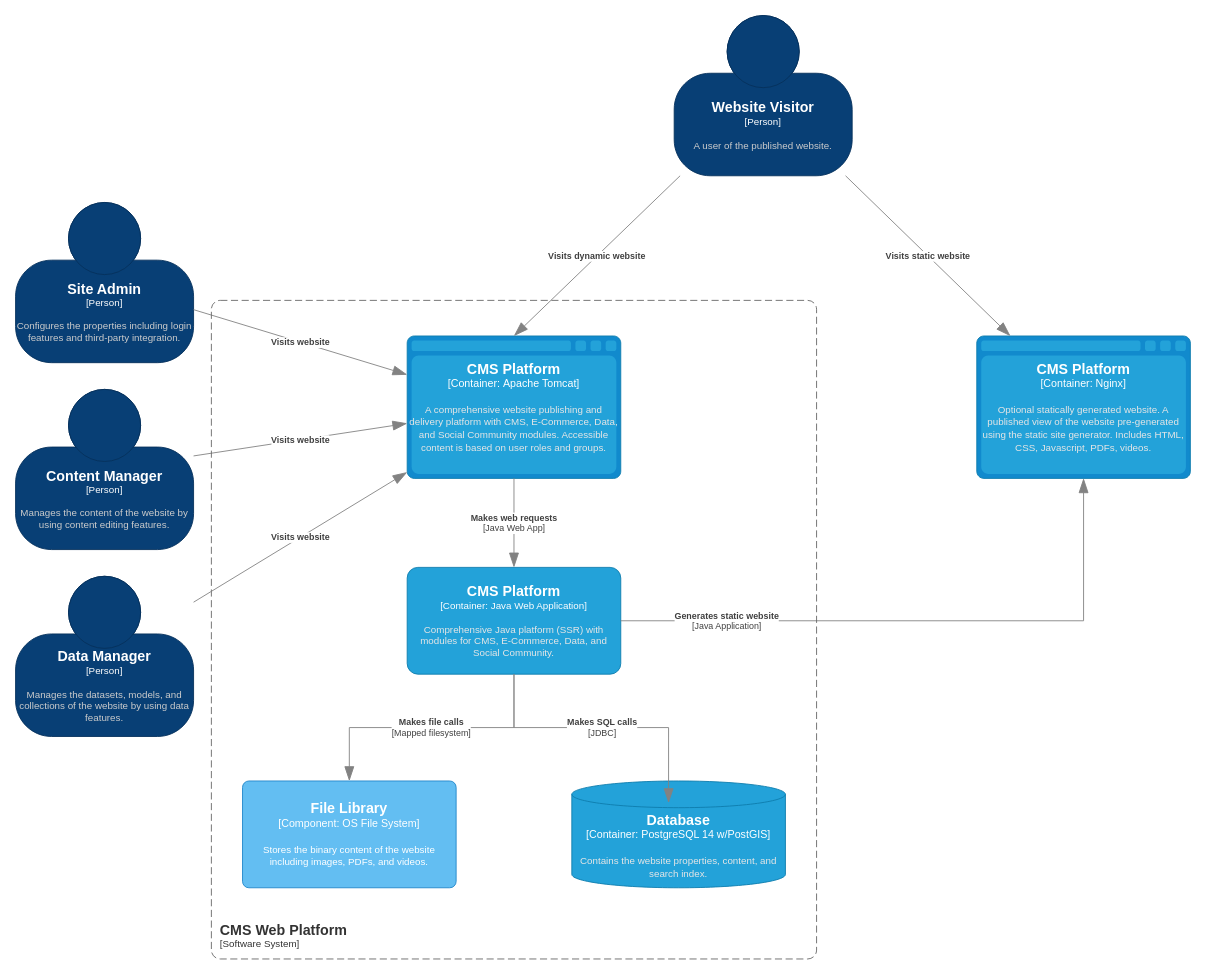
The draw.io diagram docs/diagrams/CMS Platform Diagram.drawio in SimisRnD/simis-cms, before the edit. Source tidied: cells renumbered, new cells numbered last; positions are measured from the earlier drawing's top-left corner, leaving out a move shared by most shapes. Both pictures are drawn from the tidied source at 89%, with x=0, y=0 at pixel (15, 15).
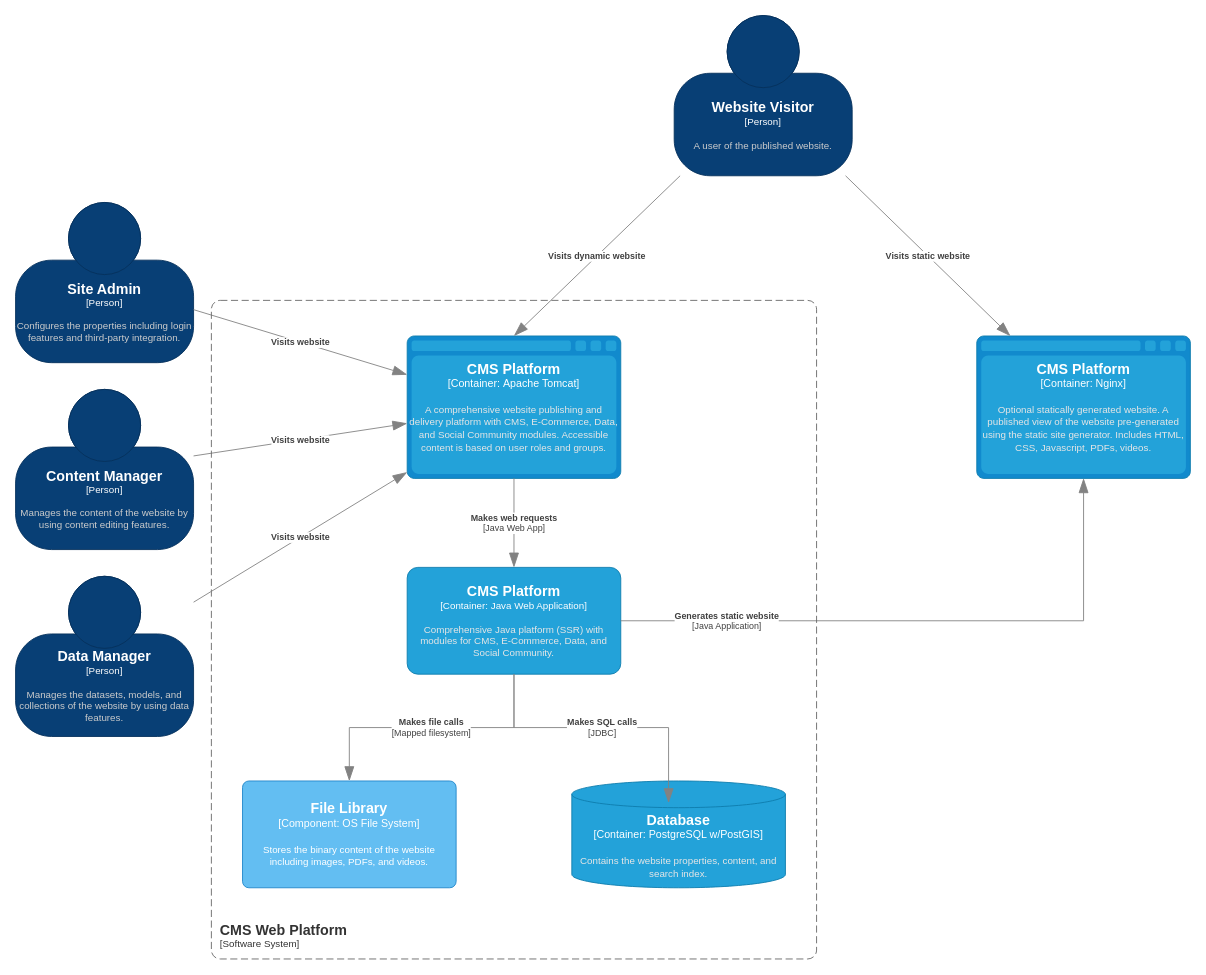
The same page after the edit.

The edit, as a diff of the source:
```diff
@@
-    <object id="5" label="&lt;font style=&quot;font-size: 16px&quot;&gt;&lt;b&gt;%c4Type%&lt;/b&gt;&lt;/font&gt;&lt;div&gt;[%c4Container%:&amp;nbsp;%c4Technology%]&lt;/div&gt;&lt;br&gt;&lt;div&gt;&lt;font style=&quot;font-size: 11px&quot;&gt;&lt;font color=&quot;#E6E6E6&quot;&gt;%c4Description%&lt;/font&gt;&lt;/div&gt;" c4Container="Container" c4Description="Contains the website properties, content, and search index." c4Technology="PostgreSQL 14 w/PostGIS" c4Type="Database" placeholders="1">
+    <object id="5" label="&lt;font style=&quot;font-size: 16px&quot;&gt;&lt;b&gt;%c4Type%&lt;/b&gt;&lt;/font&gt;&lt;div&gt;[%c4Container%:&amp;nbsp;%c4Technology%]&lt;/div&gt;&lt;br&gt;&lt;div&gt;&lt;font style=&quot;font-size: 11px&quot;&gt;&lt;font color=&quot;#E6E6E6&quot;&gt;%c4Description%&lt;/font&gt;&lt;/div&gt;" c4Container="Container" c4Description="Contains the website properties, content, and search index." c4Technology="PostgreSQL w/PostGIS" c4Type="Database" placeholders="1">
       <mxCell style="shape=cylinder3;size=15;whiteSpace=wrap;html=1;boundedLbl=1;rounded=0;labelBackgroundColor=none;fillColor=#23A2D9;fontSize=12;fontColor=#ffffff;align=center;strokeColor=#0E7DAD;points=[[0.5,0,0],[1,0.25,0],[1,0.5,0],[1,0.75,0],[0.5,1,0],[0,0.75,0],[0,0.5,0],[0,0.25,0]];" parent="1" vertex="1">
         <mxGeometry x="625" y="860" width="240" height="120" as="geometry" />
       </mxCell>
     </object>
```
